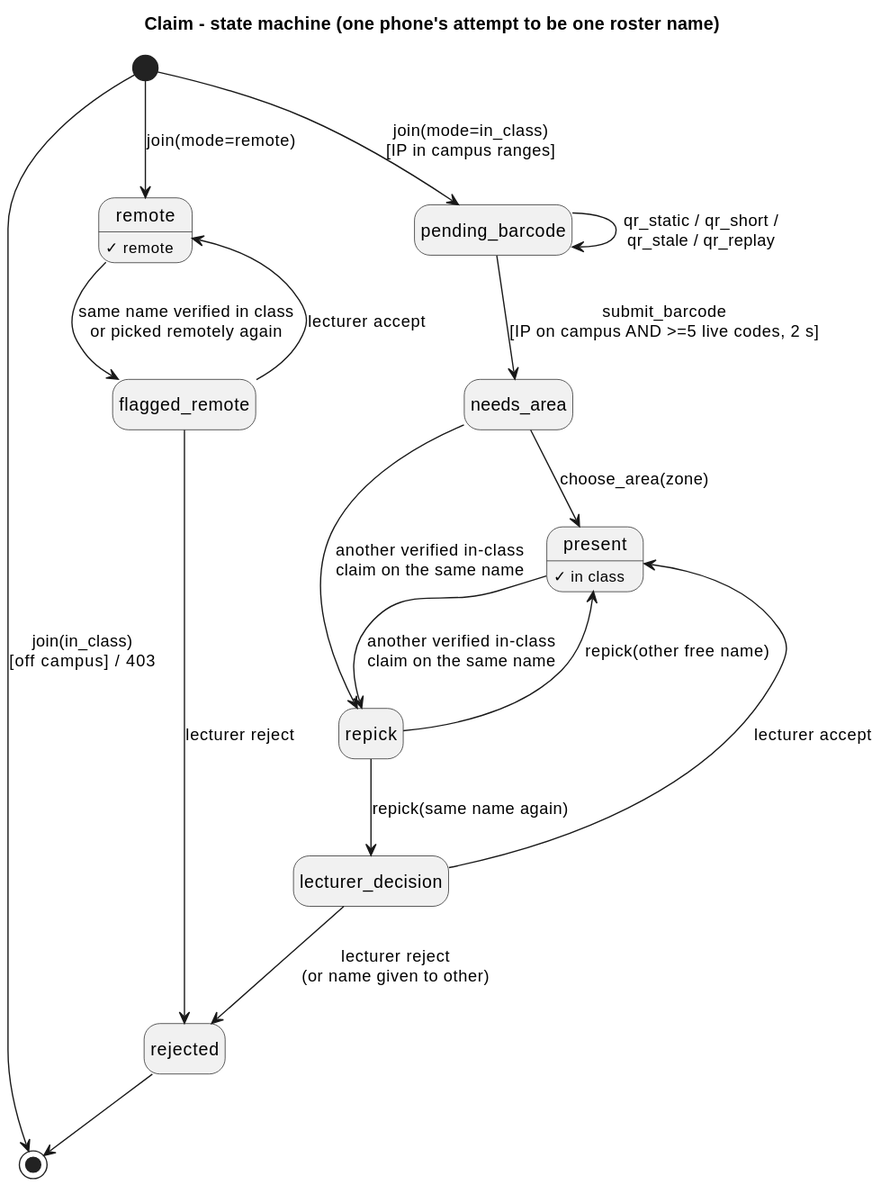
Earlier version of the PlantUML export docs/diagrams/state-claim.svg (Haim-Barby/ZooMoodle).
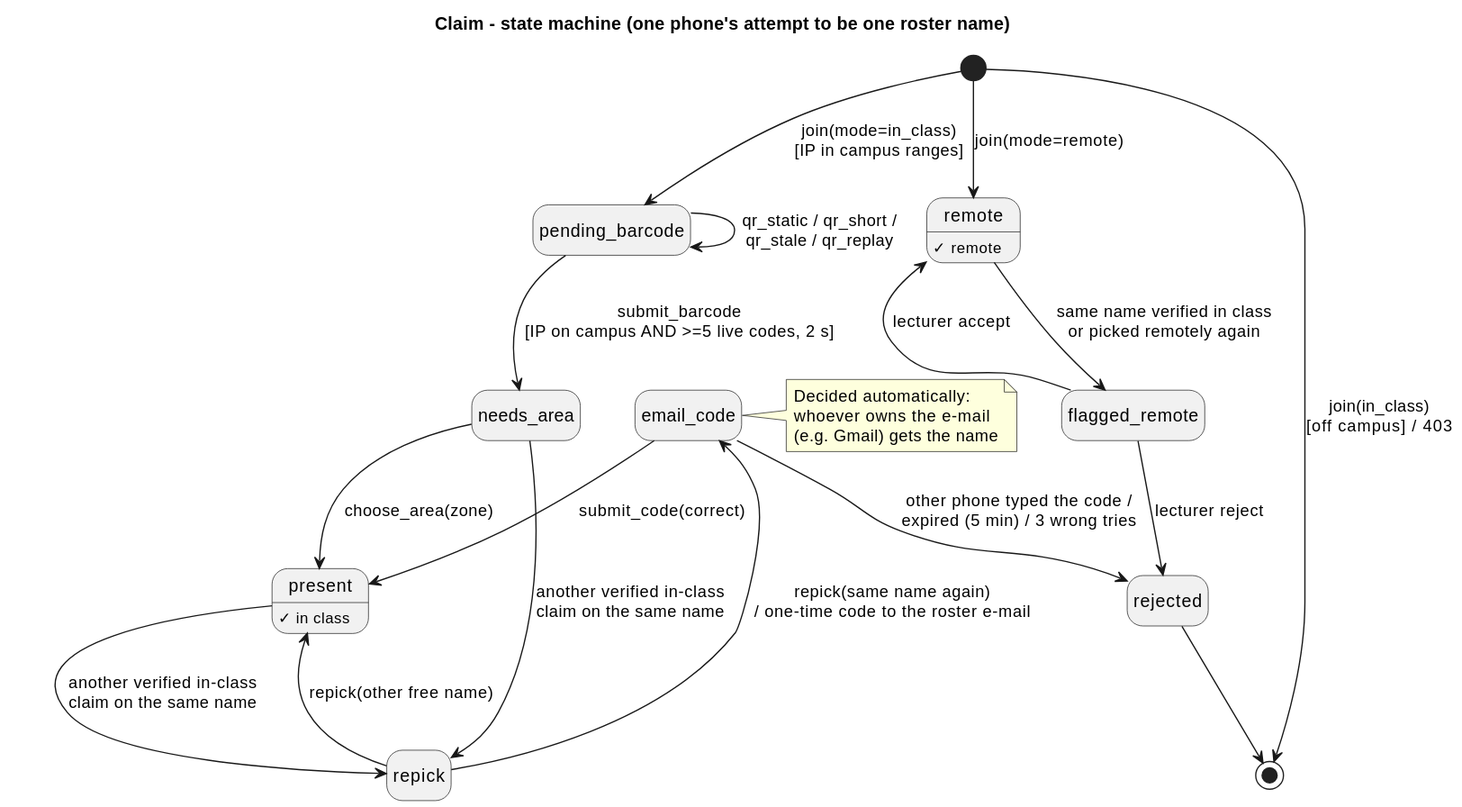
The same diagram one commit later.

What changed in the source:
```diff
@@ -14,13 +14,18 @@
 needs_area --> repick : another verified in-class\nclaim on the same name
 present --> repick : another verified in-class\nclaim on the same name
 repick --> present : repick(other free name)
-repick --> lecturer_decision : repick(same name again)
+repick --> email_code : repick(same name again)\n/ one-time code to the roster e-mail
+email_code --> present : submit_code(correct)
+email_code --> rejected : other phone typed the code /\nexpired (5 min) / 3 wrong tries
 
 flagged_remote --> remote : lecturer accept
 flagged_remote --> rejected : lecturer reject
-lecturer_decision --> present : lecturer accept
-lecturer_decision --> rejected : lecturer reject\n(or name given to other)
 
+note right of email_code
+  Decided automatically:
+  whoever owns the e-mail
+  (e.g. Gmail) gets the name
+end note
 present : ✓ in class
 remote : ✓ remote
 rejected --> [*]
```
